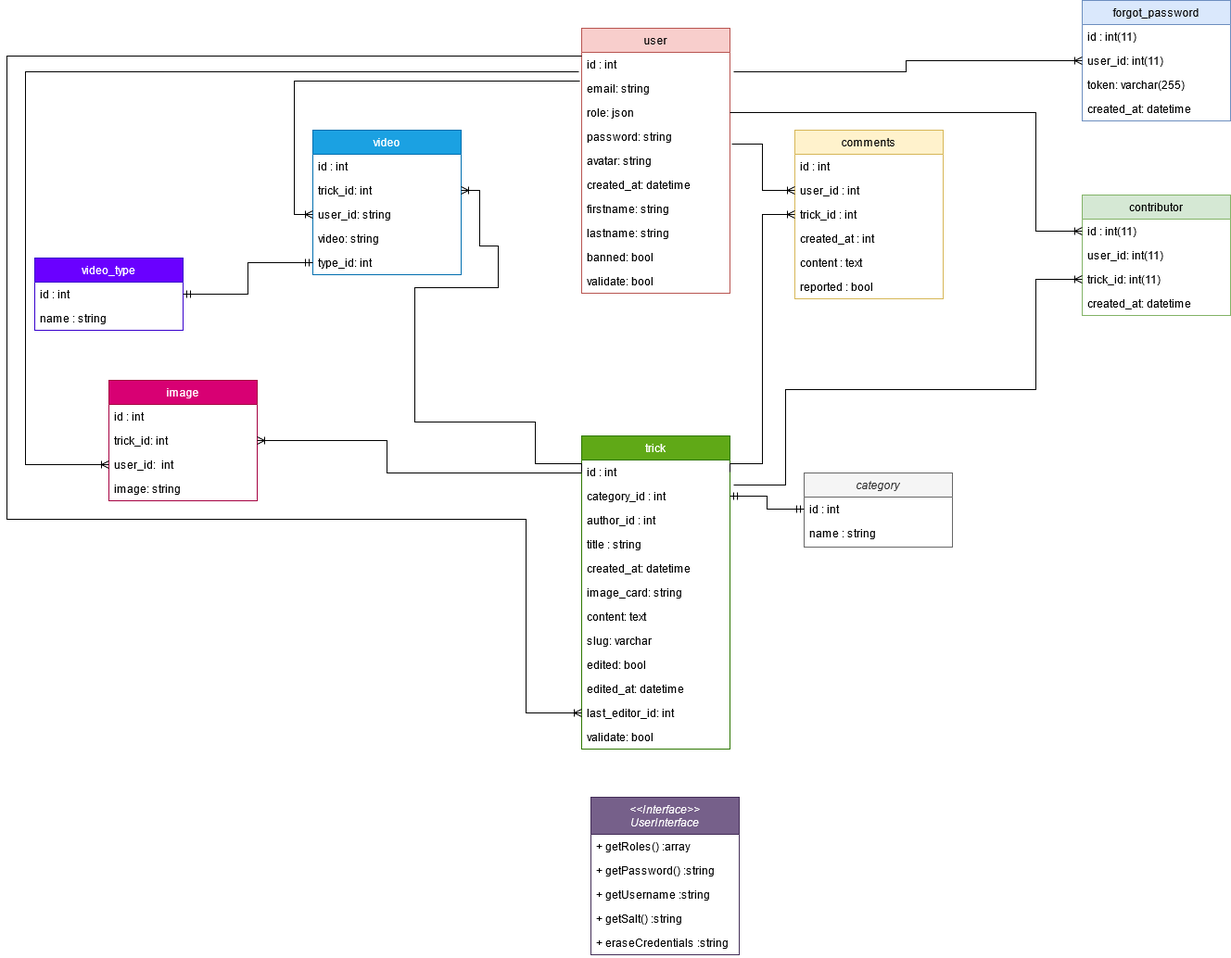
Before: UML/classes/class.png, a diagram exported from draw.io (toto93330/AnthonyAlves_6_24042021). Source tidied: cells renumbered, new cells last; positions are measured from the earlier drawing's top-left corner, leaving out a move shared by most shapes.
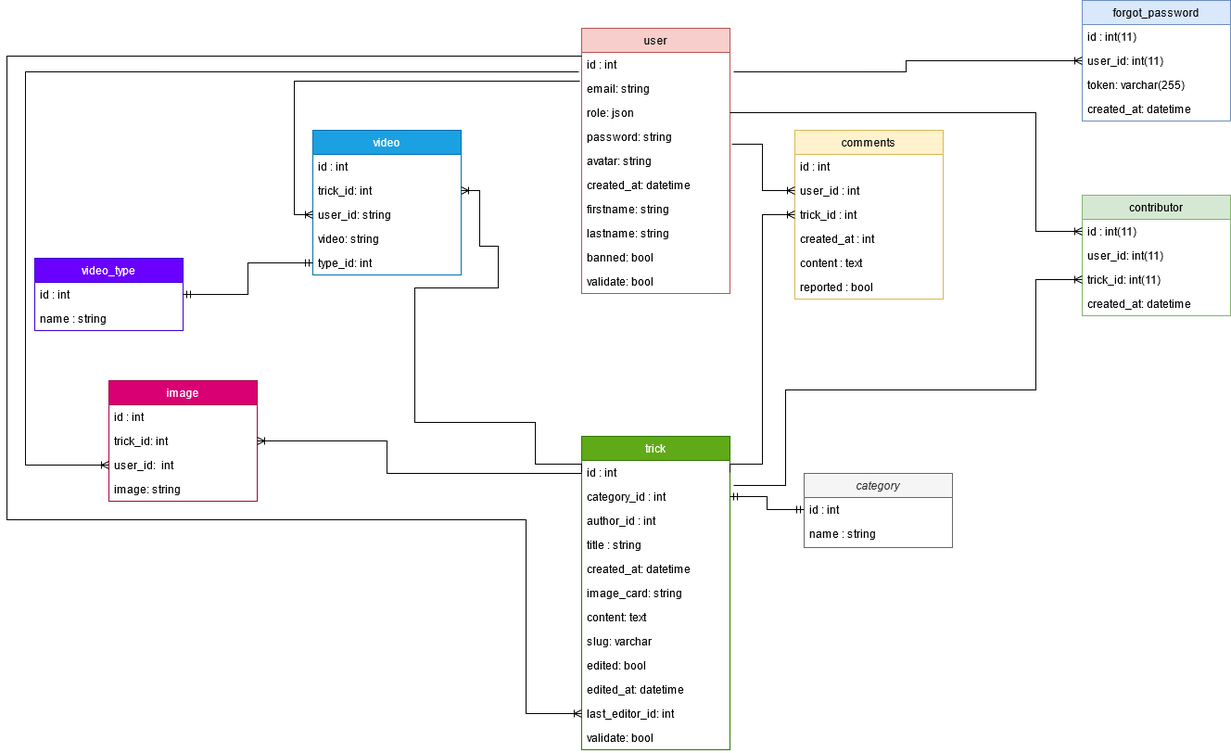
After the change.

Diff of the diagram source:
```diff
@@ -226,24 +226,6 @@
         </Array>
       </mxGeometry>
     </mxCell>
-    <mxCell id="66" value="&lt;&lt;Interface&gt;&gt;&#10;UserInterface&#10;" style="swimlane;fontStyle=2;align=center;verticalAlign=top;horizontal=1;startSize=40;rounded=0;shadow=0;strokeWidth=1;fillColor=#76608a;strokeColor=#432D57;fontColor=#ffffff;" parent="1" vertex="1">
-      <mxGeometry x="630" y="860" width="160" height="170" as="geometry" />
-    </mxCell>
-    <mxCell id="67" value="+ getRoles() :array" style="text;align=left;verticalAlign=top;spacingLeft=4;spacingRight=4;overflow=hidden;" parent="66" vertex="1">
-      <mxGeometry y="40" width="160" height="26" as="geometry" />
-    </mxCell>
-    <mxCell id="68" value="+ getPassword() :string" style="text;align=left;verticalAlign=top;spacingLeft=4;spacingRight=4;overflow=hidden;" parent="66" vertex="1">
-      <mxGeometry y="66" width="160" height="26" as="geometry" />
-    </mxCell>
-    <mxCell id="69" value="+ getUsername :string" style="text;align=left;verticalAlign=top;spacingLeft=4;spacingRight=4;overflow=hidden;" parent="66" vertex="1">
-      <mxGeometry y="92" width="160" height="26" as="geometry" />
-    </mxCell>
-    <mxCell id="70" value="+ getSalt() :string" style="text;align=left;verticalAlign=top;spacingLeft=4;spacingRight=4;overflow=hidden;" parent="66" vertex="1">
-      <mxGeometry y="118" width="160" height="26" as="geometry" />
-    </mxCell>
-    <mxCell id="71" value="+ eraseCredentials :string" style="text;align=left;verticalAlign=top;spacingLeft=4;spacingRight=4;overflow=hidden;" parent="66" vertex="1">
-      <mxGeometry y="144" width="160" height="26" as="geometry" />
-    </mxCell>
     <mxCell id="72" style="edgeStyle=orthogonalEdgeStyle;rounded=0;jettySize=auto;html=1;exitX=-0.012;exitY=0.192;exitDx=0;exitDy=0;endArrow=ERoneToMany;endFill=0;entryX=0;entryY=0.5;entryDx=0;entryDy=0;exitPerimeter=0;" parent="1" edge="1" source="12" target="54">
       <mxGeometry relative="1" as="geometry" />
     </mxCell>
```
